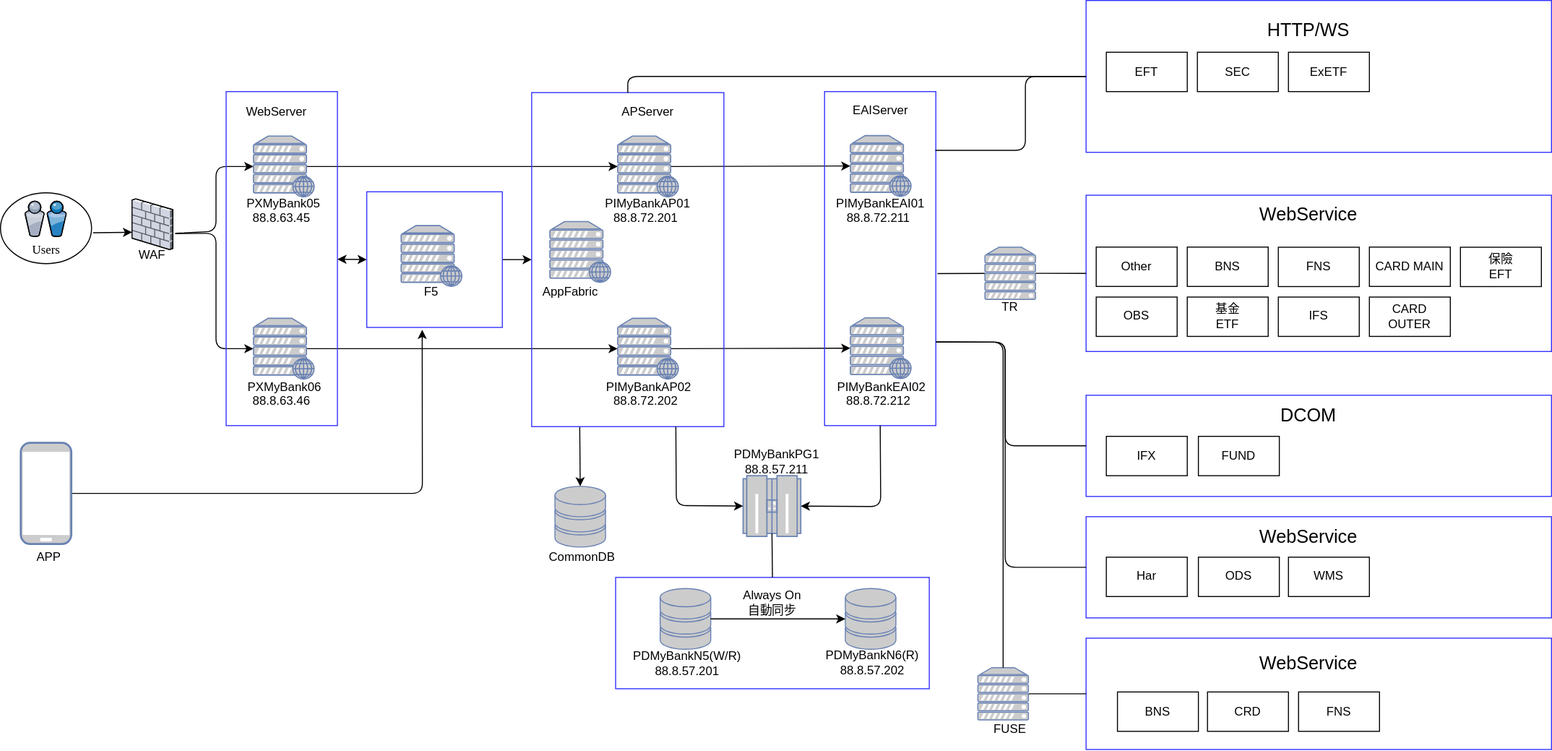
Above: 網銀架構圖.svg in YuHaoLiaoTony/MyImage (draw.io), before the change. Source tidied: cells renumbered, new cells last; positions are measured from the earlier drawing's top-left corner, leaving out a move shared by most shapes.
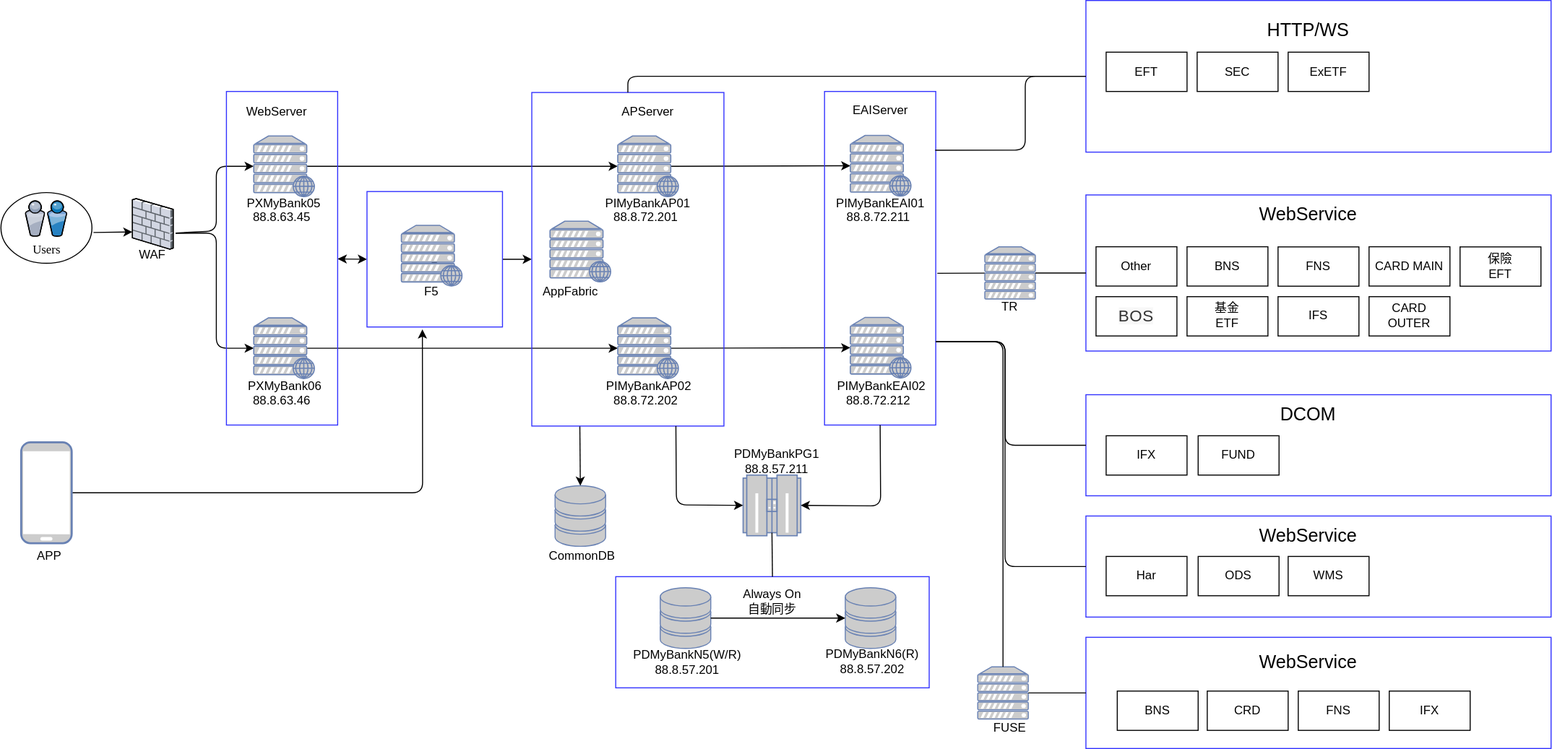
The same diagram one commit later.

The edit, as a diff of the source:
```diff
@@ -360,7 +360,7 @@
     <mxCell id="104" value="基金&lt;br&gt;ETF" style="rounded=0;whiteSpace=wrap;html=1;" parent="1" vertex="1">
       <mxGeometry x="1173" y="293" width="80" height="38.9" as="geometry" />
     </mxCell>
-    <mxCell id="105" value="OBS" style="rounded=0;whiteSpace=wrap;html=1;" parent="1" vertex="1">
+    <mxCell id="105" value="&lt;span style=&quot;color: rgb(51 , 51 , 51) ; font-family: , &amp;#34;blinkmacsystemfont&amp;#34; , &amp;#34;segoe ui&amp;#34; , &amp;#34;helvetica neue&amp;#34; , &amp;#34;helvetica&amp;#34; , &amp;#34;roboto&amp;#34; , &amp;#34;arial&amp;#34; , &amp;#34;pingfang tc&amp;#34; , &amp;#34;microsoft jhenghei&amp;#34; , , sans-serif , &amp;#34;apple color emoji&amp;#34; , &amp;#34;segoe ui emoji&amp;#34; , &amp;#34;segoe ui symbol&amp;#34; ; font-size: 16px ; letter-spacing: 0.35px ; background-color: rgb(248 , 248 , 248)&quot;&gt;BOS&lt;/span&gt;" style="rounded=0;whiteSpace=wrap;html=1;" parent="1" vertex="1">
       <mxGeometry x="1083" y="293" width="80" height="38.9" as="geometry" />
     </mxCell>
     <mxCell id="106" value="保險&lt;br&gt;EFT" style="rounded=0;whiteSpace=wrap;html=1;" parent="1" vertex="1">
@@ -402,5 +402,8 @@
     <mxCell id="118" value="SEC" style="rounded=0;whiteSpace=wrap;html=1;" parent="1" vertex="1">
       <mxGeometry x="1183" y="51.1" width="80" height="38.9" as="geometry" />
     </mxCell>
+    <mxCell id="119" value="IFX" style="rounded=0;whiteSpace=wrap;html=1;" parent="1" vertex="1">
+      <mxGeometry x="1373" y="683.2" width="80" height="38.9" as="geometry" />
+    </mxCell>
   </root>
 </mxGraphModel>
```
